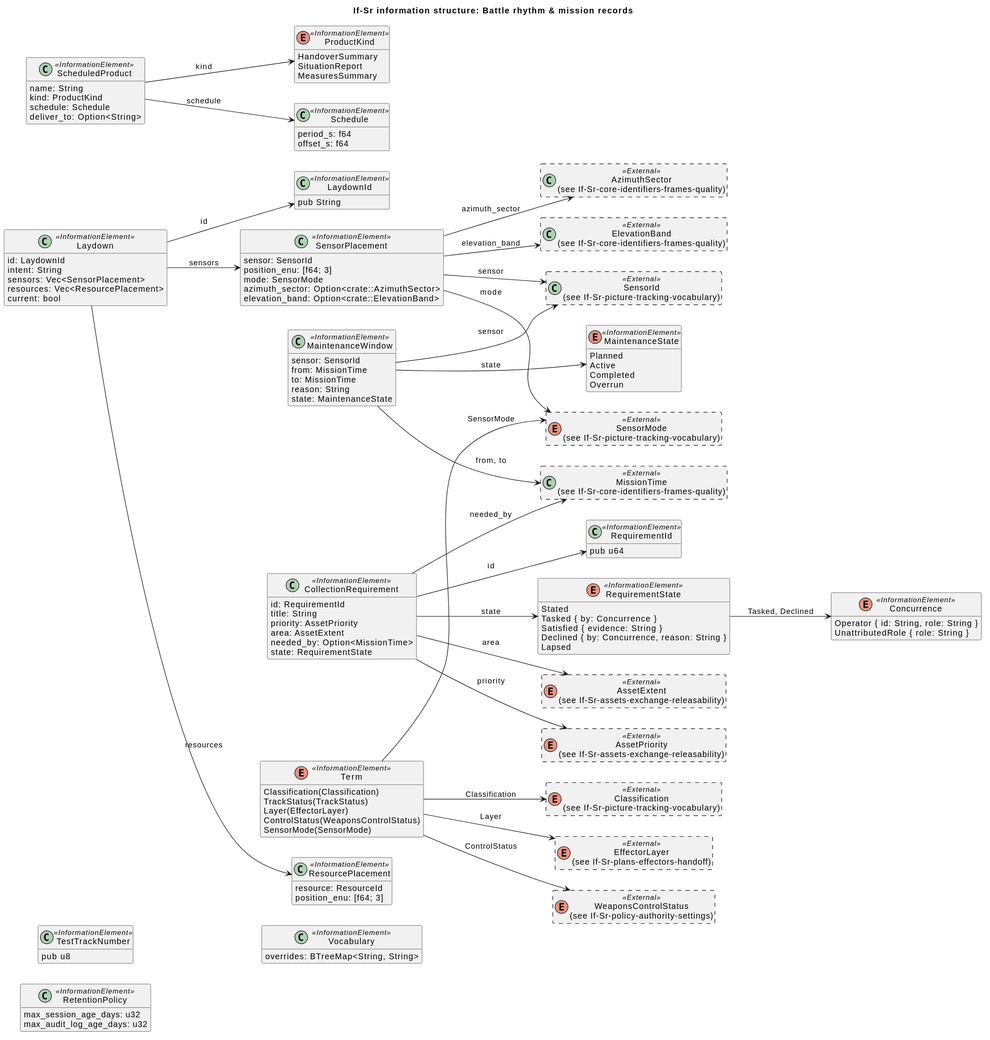
Before: docs/architecture/uaf/rendered/information/If-Sr-battle-rhythm-mission-records.svg, a diagram exported from PlantUML (WayneRoessling/gungnir).
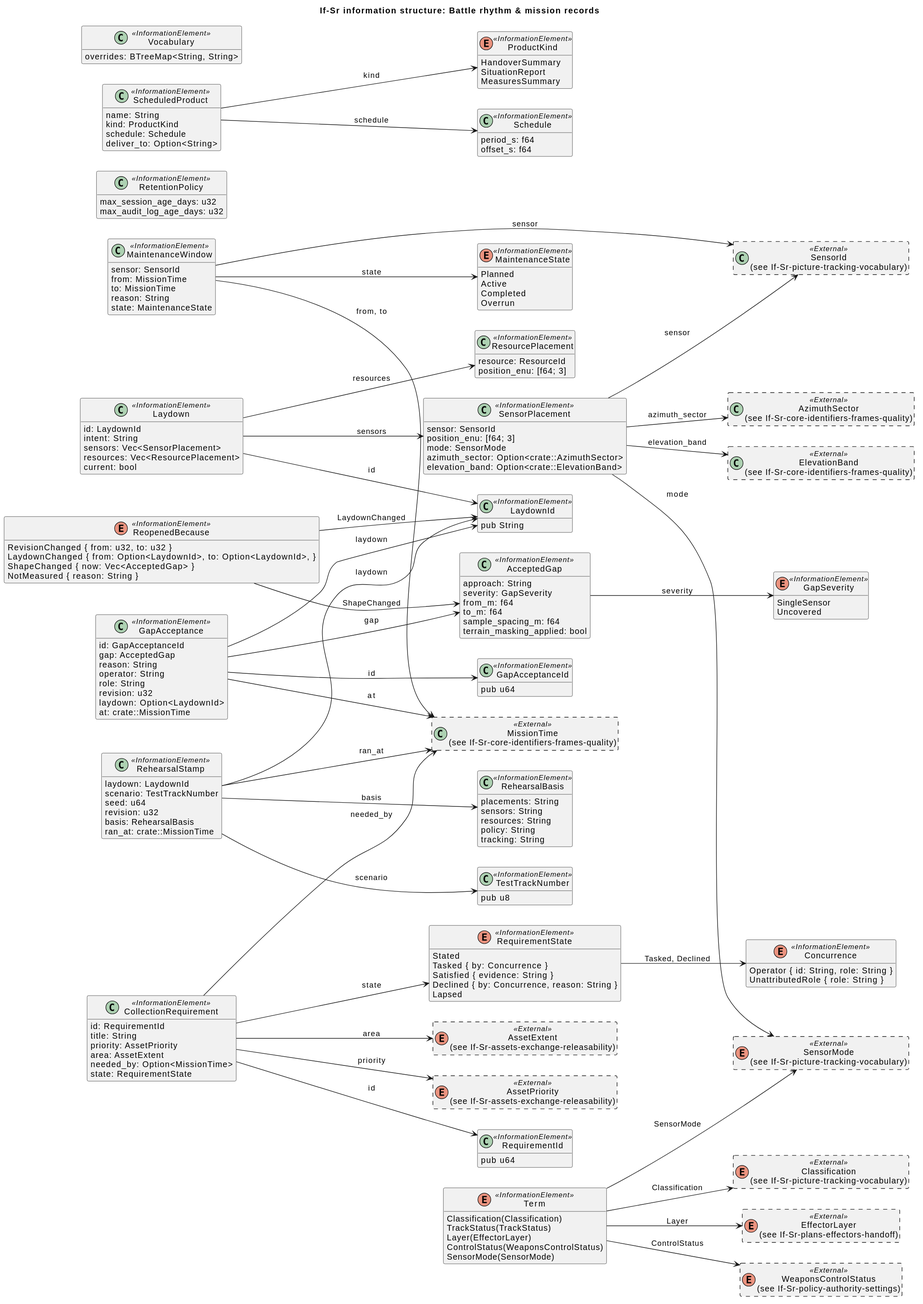
The same file after the commit.

Change to the diagram source:
```diff
@@ -26,6 +26,52 @@
 }
 class "TestTrackNumber" as TestTrackNumber <<InformationElement>> {
   pub u8
+}
+enum "GapSeverity" as GapSeverity <<InformationElement>> {
+  SingleSensor
+  Uncovered
+}
+class "AcceptedGap" as AcceptedGap <<InformationElement>> {
+  approach: String
+  severity: GapSeverity
+  from_m: f64
+  to_m: f64
+  sample_spacing_m: f64
+  terrain_masking_applied: bool
+}
+class "GapAcceptanceId" as GapAcceptanceId <<InformationElement>> {
+  pub u64
+}
+class "GapAcceptance" as GapAcceptance <<InformationElement>> {
+  id: GapAcceptanceId
+  gap: AcceptedGap
+  reason: String
+  operator: String
+  role: String
+  revision: u32
+  laydown: Option<LaydownId>
+  at: crate::MissionTime
+}
+enum "ReopenedBecause" as ReopenedBecause <<InformationElement>> {
+  RevisionChanged { from: u32, to: u32 }
+  LaydownChanged { from: Option<LaydownId>, to: Option<LaydownId>, }
+  ShapeChanged { now: Vec<AcceptedGap> }
+  NotMeasured { reason: String }
+}
+class "RehearsalBasis" as RehearsalBasis <<InformationElement>> {
+  placements: String
+  sensors: String
+  resources: String
+  policy: String
+  tracking: String
+}
+class "RehearsalStamp" as RehearsalStamp <<InformationElement>> {
+  laydown: LaydownId
+  scenario: TestTrackNumber
+  seed: u64
+  revision: u32
+  basis: RehearsalBasis
+  ran_at: crate::MissionTime
 }
 class "RequirementId" as RequirementId <<InformationElement>> {
   pub u64
@@ -118,6 +164,17 @@
 Laydown --> LaydownId : id
 Laydown --> ResourcePlacement : resources
 Laydown --> SensorPlacement : sensors
+AcceptedGap --> GapSeverity : severity
+GapAcceptance --> AcceptedGap : gap
+GapAcceptance --> GapAcceptanceId : id
+GapAcceptance --> LaydownId : laydown
+GapAcceptance --> MissionTime : at
+ReopenedBecause --> AcceptedGap : ShapeChanged
+ReopenedBecause --> LaydownId : LaydownChanged
+RehearsalStamp --> LaydownId : laydown
+RehearsalStamp --> MissionTime : ran_at
+RehearsalStamp --> RehearsalBasis : basis
+RehearsalStamp --> TestTrackNumber : scenario
 CollectionRequirement --> AssetExtent : area
 CollectionRequirement --> AssetPriority : priority
 CollectionRequirement --> MissionTime : needed_by
```
